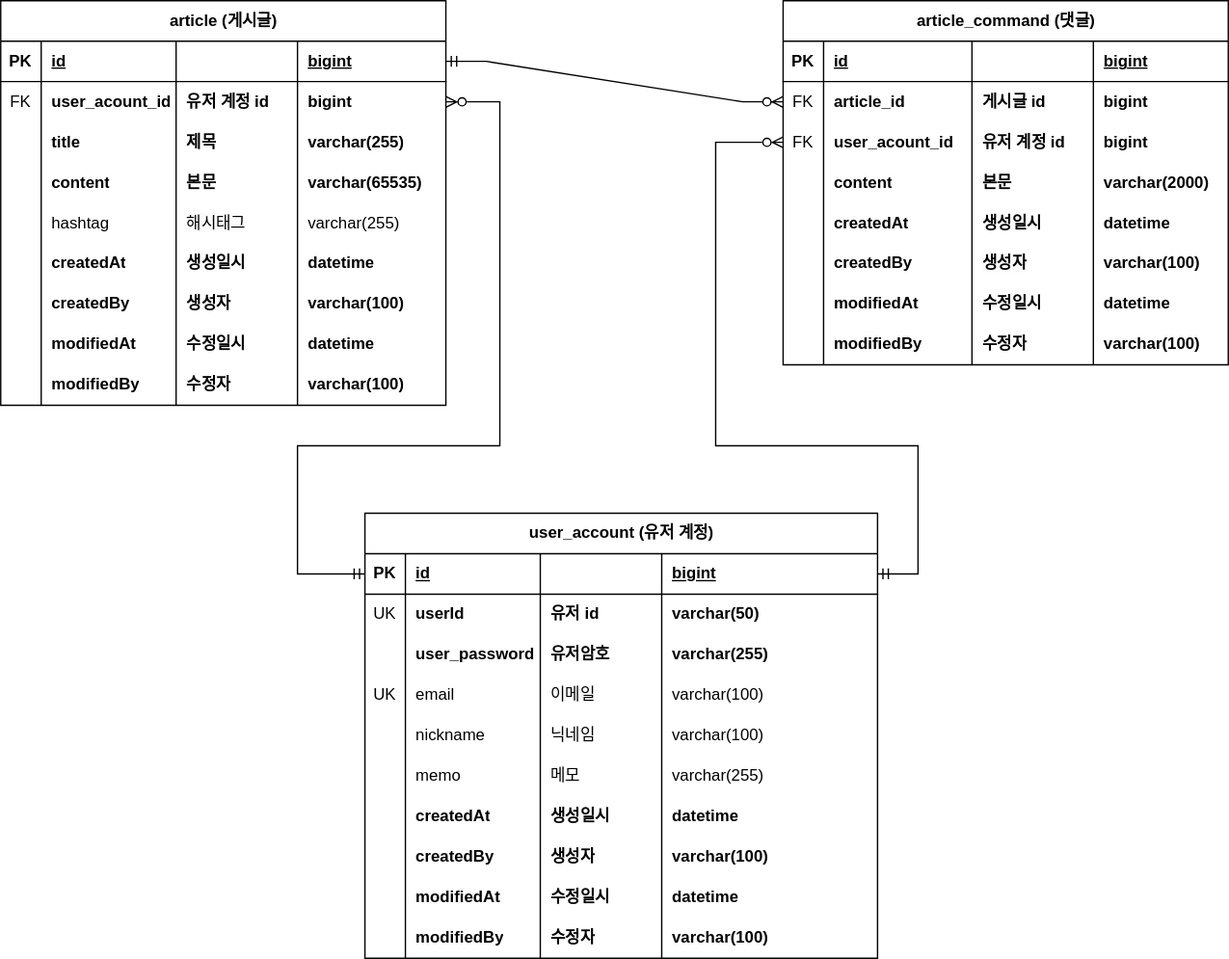
Before: document/project-board-erd.svg, a diagram exported from draw.io (Yang-Sooyoung/fastcampus-project-board). Source tidied: cells renumbered, new cells last; positions are measured from the earlier drawing's top-left corner, leaving out a move shared by most shapes.
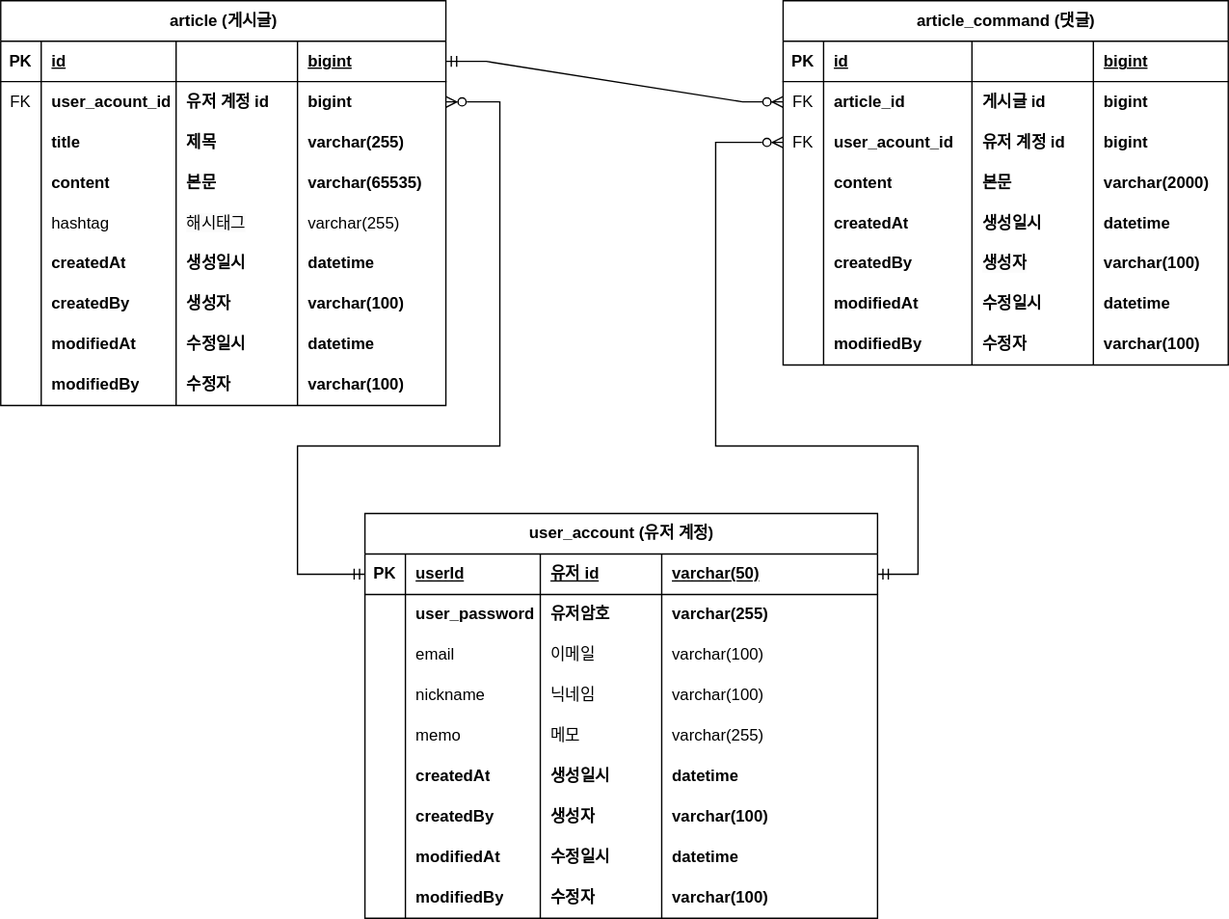
Later version of the same file.

Commit message:
#42 - ERD 문서 수정: 회원 계정 user_id 를 PK 로 변경

회원 계정 기존 `id` 를 삭제하고 `user_id`를 pk로 변경하는
그림 적용

Diff of the diagram source:
```diff
@@ -267,7 +267,7 @@
       <mxGeometry relative="1" as="geometry" />
     </mxCell>
     <mxCell id="90" value="user_account (유저 계정)" style="shape=table;startSize=30;rowLines=0;fontStyle=1;align=center;html=1;" parent="1" vertex="1">
-      <mxGeometry x="270" y="380" width="380" height="330" as="geometry" />
+      <mxGeometry x="270" y="380" width="380" height="300" as="geometry" />
     </mxCell>
     <mxCell id="91" style="shape=tableRow;horizontal=0;startSize=0;swimlaneHead=0;swimlaneBody=0;fillColor=none;points=[[0,0.5],[1,0.5]];portConstraint=eastwest;top=0;left=0;right=0;bottom=1;" parent="90" vertex="1">
       <mxGeometry y="30" width="380" height="30" as="geometry" />
@@ -275,32 +275,17 @@
     <mxCell id="92" value="PK" style="shape=partialRectangle;fillColor=none;top=0;left=0;bottom=0;right=0;fontStyle=1;overflow=hidden;whiteSpace=wrap;html=1;" parent="91" vertex="1">
       <mxGeometry width="30" height="30" as="geometry" />
     </mxCell>
-    <mxCell id="93" value="id" style="shape=partialRectangle;fillColor=none;top=0;left=0;bottom=0;right=0;align=left;spacingLeft=6;fontStyle=5;overflow=hidden;whiteSpace=wrap;html=1;" parent="91" vertex="1">
+    <mxCell id="93" value="userId" style="shape=partialRectangle;fillColor=none;top=0;left=0;bottom=0;right=0;align=left;spacingLeft=6;fontStyle=5;overflow=hidden;whiteSpace=wrap;html=1;" parent="91" vertex="1">
       <mxGeometry x="30" width="100" height="30" as="geometry" />
     </mxCell>
-    <mxCell id="94" style="shape=partialRectangle;fillColor=none;top=0;left=0;bottom=0;right=0;align=left;spacingLeft=6;fontStyle=5;overflow=hidden;whiteSpace=wrap;html=1;" parent="91" vertex="1">
+    <mxCell id="94" value="유저 id" style="shape=partialRectangle;fillColor=none;top=0;left=0;bottom=0;right=0;align=left;spacingLeft=6;fontStyle=5;overflow=hidden;whiteSpace=wrap;html=1;" parent="91" vertex="1">
       <mxGeometry x="130" width="90" height="30" as="geometry" />
     </mxCell>
-    <mxCell id="95" value="bigint" style="shape=partialRectangle;fillColor=none;top=0;left=0;bottom=0;right=0;align=left;spacingLeft=6;fontStyle=5;overflow=hidden;whiteSpace=wrap;html=1;" parent="91" vertex="1">
+    <mxCell id="95" value="varchar(50)" style="shape=partialRectangle;fillColor=none;top=0;left=0;bottom=0;right=0;align=left;spacingLeft=6;fontStyle=5;overflow=hidden;whiteSpace=wrap;html=1;" parent="91" vertex="1">
       <mxGeometry x="220" width="160" height="30" as="geometry" />
     </mxCell>
-    <mxCell id="96" style="shape=tableRow;horizontal=0;startSize=0;swimlaneHead=0;swimlaneBody=0;fillColor=none;top=0;left=0;right=0;bottom=0;" parent="90" vertex="1">
-      <mxGeometry y="60" width="380" height="30" as="geometry" />
-    </mxCell>
-    <mxCell id="97" value="UK" style="shape=partialRectangle;fillColor=none;top=0;left=0;bottom=0;right=0;overflow=hidden;whiteSpace=wrap;html=1;" parent="96" vertex="1">
-      <mxGeometry width="30" height="30" as="geometry" />
-    </mxCell>
-    <mxCell id="98" value="userId" style="shape=partialRectangle;fillColor=none;top=0;left=0;bottom=0;right=0;align=left;spacingLeft=6;overflow=hidden;whiteSpace=wrap;html=1;fontStyle=1;" parent="96" vertex="1">
-      <mxGeometry x="30" width="100" height="30" as="geometry" />
-    </mxCell>
-    <mxCell id="99" value="유저 id" style="shape=partialRectangle;fillColor=none;top=0;left=0;bottom=0;right=0;align=left;spacingLeft=6;overflow=hidden;whiteSpace=wrap;html=1;fontStyle=1;" parent="96" vertex="1">
-      <mxGeometry x="130" width="90" height="30" as="geometry" />
-    </mxCell>
-    <mxCell id="100" value="varchar(50)" style="shape=partialRectangle;fillColor=none;top=0;left=0;bottom=0;right=0;align=left;spacingLeft=6;overflow=hidden;whiteSpace=wrap;html=1;fontStyle=1;" parent="96" vertex="1">
-      <mxGeometry x="220" width="160" height="30" as="geometry" />
-    </mxCell>
     <mxCell id="101" style="shape=tableRow;horizontal=0;startSize=0;swimlaneHead=0;swimlaneBody=0;fillColor=none;top=0;left=0;right=0;bottom=0;" parent="90" vertex="1">
-      <mxGeometry y="90" width="380" height="30" as="geometry" />
+      <mxGeometry y="60" width="380" height="30" as="geometry" />
     </mxCell>
     <mxCell id="102" style="shape=partialRectangle;fillColor=none;top=0;left=0;bottom=0;right=0;overflow=hidden;whiteSpace=wrap;html=1;" parent="101" vertex="1">
       <mxGeometry width="30" height="30" as="geometry" />
@@ -315,9 +300,9 @@
       <mxGeometry x="220" width="160" height="30" as="geometry" />
     </mxCell>
     <mxCell id="106" style="shape=tableRow;horizontal=0;startSize=0;swimlaneHead=0;swimlaneBody=0;fillColor=none;top=0;left=0;right=0;bottom=0;" parent="90" vertex="1">
-      <mxGeometry y="120" width="380" height="30" as="geometry" />
+      <mxGeometry y="90" width="380" height="30" as="geometry" />
     </mxCell>
-    <mxCell id="107" value="UK" style="shape=partialRectangle;fillColor=none;top=0;left=0;bottom=0;right=0;overflow=hidden;whiteSpace=wrap;html=1;" parent="106" vertex="1">
+    <mxCell id="107" style="shape=partialRectangle;fillColor=none;top=0;left=0;bottom=0;right=0;overflow=hidden;whiteSpace=wrap;html=1;" parent="106" vertex="1">
       <mxGeometry width="30" height="30" as="geometry" />
     </mxCell>
     <mxCell id="108" value="email" style="shape=partialRectangle;fillColor=none;top=0;left=0;bottom=0;right=0;align=left;spacingLeft=6;overflow=hidden;whiteSpace=wrap;html=1;fontStyle=0;" parent="106" vertex="1">
@@ -330,7 +315,7 @@
       <mxGeometry x="220" width="160" height="30" as="geometry" />
     </mxCell>
     <mxCell id="111" style="shape=tableRow;horizontal=0;startSize=0;swimlaneHead=0;swimlaneBody=0;fillColor=none;top=0;left=0;right=0;bottom=0;" parent="90" vertex="1">
-      <mxGeometry y="150" width="380" height="30" as="geometry" />
+      <mxGeometry y="120" width="380" height="30" as="geometry" />
     </mxCell>
     <mxCell id="112" style="shape=partialRectangle;fillColor=none;top=0;left=0;bottom=0;right=0;overflow=hidden;whiteSpace=wrap;html=1;" parent="111" vertex="1">
       <mxGeometry width="30" height="30" as="geometry" />
@@ -345,7 +330,7 @@
       <mxGeometry x="220" width="160" height="30" as="geometry" />
     </mxCell>
     <mxCell id="116" style="shape=tableRow;horizontal=0;startSize=0;swimlaneHead=0;swimlaneBody=0;fillColor=none;top=0;left=0;right=0;bottom=0;" parent="90" vertex="1">
-      <mxGeometry y="180" width="380" height="30" as="geometry" />
+      <mxGeometry y="150" width="380" height="30" as="geometry" />
     </mxCell>
     <mxCell id="117" style="shape=partialRectangle;fillColor=none;top=0;left=0;bottom=0;right=0;overflow=hidden;whiteSpace=wrap;html=1;" parent="116" vertex="1">
       <mxGeometry width="30" height="30" as="geometry" />
@@ -360,7 +345,7 @@
       <mxGeometry x="220" width="160" height="30" as="geometry" />
     </mxCell>
     <mxCell id="121" style="shape=tableRow;horizontal=0;startSize=0;swimlaneHead=0;swimlaneBody=0;fillColor=none;top=0;left=0;right=0;bottom=0;" parent="90" vertex="1">
-      <mxGeometry y="210" width="380" height="30" as="geometry" />
+      <mxGeometry y="180" width="380" height="30" as="geometry" />
     </mxCell>
     <mxCell id="122" style="shape=partialRectangle;fillColor=none;top=0;left=0;bottom=0;right=0;overflow=hidden;whiteSpace=wrap;html=1;" parent="121" vertex="1">
       <mxGeometry width="30" height="30" as="geometry" />
@@ -375,7 +360,7 @@
       <mxGeometry x="220" width="160" height="30" as="geometry" />
     </mxCell>
     <mxCell id="126" style="shape=tableRow;horizontal=0;startSize=0;swimlaneHead=0;swimlaneBody=0;fillColor=none;top=0;left=0;right=0;bottom=0;" parent="90" vertex="1">
-      <mxGeometry y="240" width="380" height="30" as="geometry" />
+      <mxGeometry y="210" width="380" height="30" as="geometry" />
     </mxCell>
     <mxCell id="127" style="shape=partialRectangle;fillColor=none;top=0;left=0;bottom=0;right=0;overflow=hidden;whiteSpace=wrap;html=1;" parent="126" vertex="1">
       <mxGeometry width="30" height="30" as="geometry" />
@@ -390,7 +375,7 @@
       <mxGeometry x="220" width="160" height="30" as="geometry" />
     </mxCell>
     <mxCell id="131" style="shape=tableRow;horizontal=0;startSize=0;swimlaneHead=0;swimlaneBody=0;fillColor=none;top=0;left=0;right=0;bottom=0;" parent="90" vertex="1">
-      <mxGeometry y="270" width="380" height="30" as="geometry" />
+      <mxGeometry y="240" width="380" height="30" as="geometry" />
     </mxCell>
     <mxCell id="132" style="shape=partialRectangle;fillColor=none;top=0;left=0;bottom=0;right=0;overflow=hidden;whiteSpace=wrap;html=1;" parent="131" vertex="1">
       <mxGeometry width="30" height="30" as="geometry" />
@@ -405,7 +390,7 @@
       <mxGeometry x="220" width="160" height="30" as="geometry" />
     </mxCell>
     <mxCell id="136" style="shape=tableRow;horizontal=0;startSize=0;swimlaneHead=0;swimlaneBody=0;fillColor=none;top=0;left=0;right=0;bottom=0;" parent="90" vertex="1">
-      <mxGeometry y="300" width="380" height="30" as="geometry" />
+      <mxGeometry y="270" width="380" height="30" as="geometry" />
     </mxCell>
     <mxCell id="137" style="shape=partialRectangle;fillColor=none;top=0;left=0;bottom=0;right=0;overflow=hidden;whiteSpace=wrap;html=1;" parent="136" vertex="1">
       <mxGeometry width="30" height="30" as="geometry" />
```
